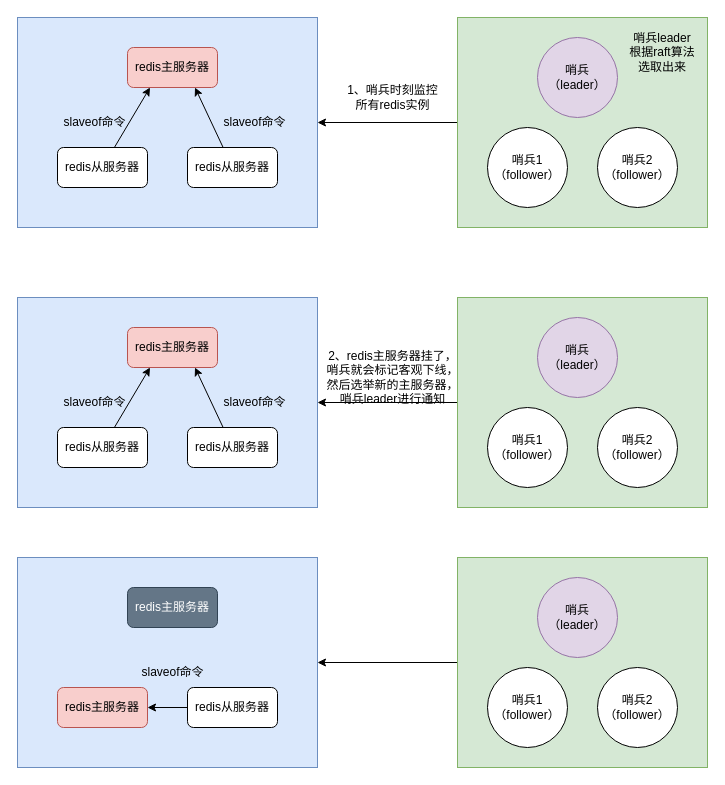
The draw.io diagram redis/redis哨兵模式.drawio in buxiangchixiangcai/draw, before the edit. Source tidied: cells renumbered, new cells numbered last; positions are measured from the earlier drawing's top-left corner, leaving out a move shared by most shapes. Both pictures are drawn from the tidied source at 100%, with x=0, y=0 at pixel (17, 17).
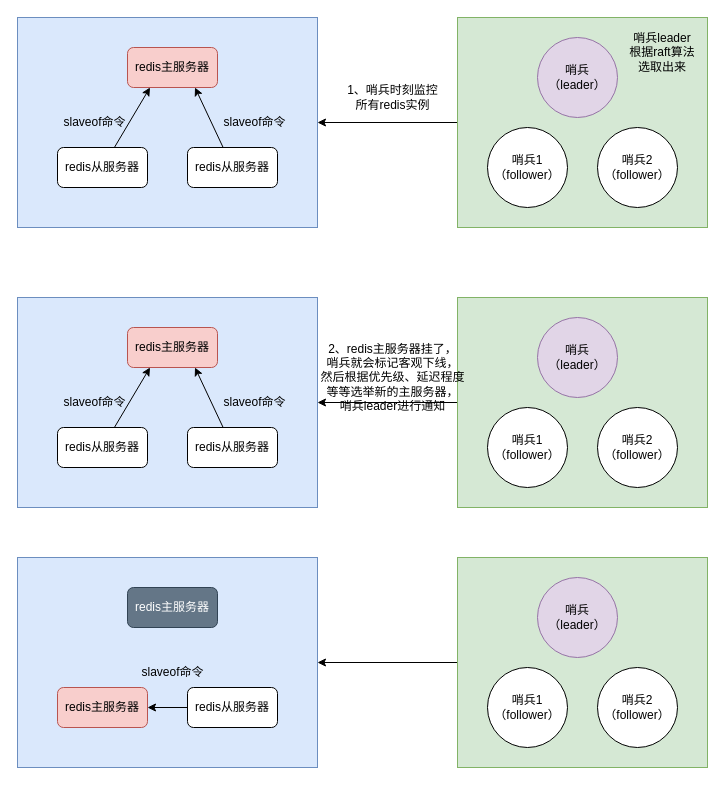
The same diagram, later.

Commit message (it also covers changes not shown here):
更新redis哨兵模式.drawio

What changed in the source:
```diff
@@
-    <mxCell id="27" value="2、redis主服务器挂了，&lt;div&gt;哨兵就会标记客观下线，&lt;/div&gt;&lt;div&gt;然后选举新的主服务器，&lt;/div&gt;&lt;div&gt;哨兵leader进行通知&lt;/div&gt;" style="text;html=1;align=center;verticalAlign=middle;strokeColor=none;fillColor=none;" parent="1" vertex="1">
-      <mxGeometry x="295" y="325" width="160" height="70" as="geometry" />
+    <mxCell id="27" value="2、redis主服务器挂了，&lt;div&gt;哨兵就会标记客观下线，&lt;/div&gt;&lt;div&gt;然后根据优先级、延迟程度&lt;/div&gt;&lt;div&gt;等等&lt;span style=&quot;background-color: transparent; color: light-dark(rgb(0, 0, 0), rgb(255, 255, 255));&quot;&gt;选举新的主服务器，&lt;/span&gt;&lt;/div&gt;&lt;div&gt;哨兵leader进行通知&lt;/div&gt;" style="text;html=1;align=center;verticalAlign=middle;strokeColor=none;fillColor=none;" parent="1" vertex="1">
+      <mxGeometry x="290" y="315" width="170" height="90" as="geometry" />
     </mxCell>
```
